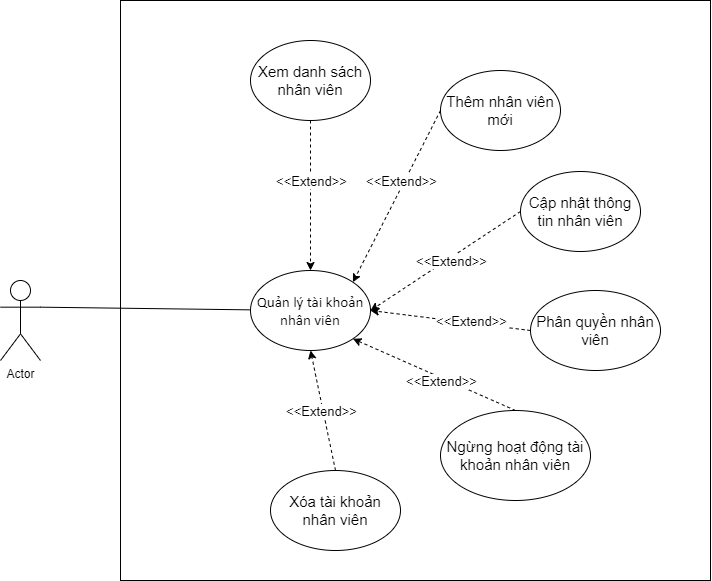
Above: Diagram/UseCase/QL.TTNhanVien.png in TccKaiCi/PTTK_CuaHangGiay (draw.io), before the change. Source tidied: cells renumbered, new cells last; positions are measured from the earlier drawing's top-left corner, leaving out a move shared by most shapes.
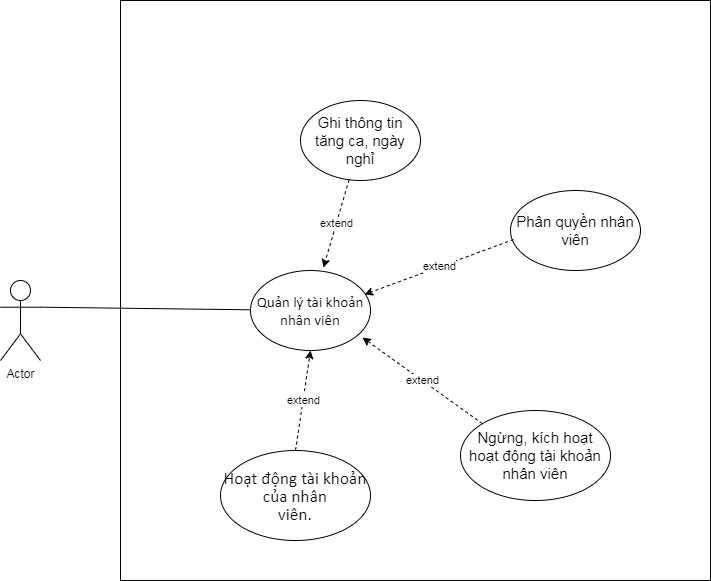
The same diagram one commit later.

The edit, as a diff of the source:
```diff
@@ -14,63 +14,29 @@
     <mxCell id="5" value="&lt;p class=&quot;MsoNormal&quot; style=&quot;font-size: 15px;&quot;&gt;&lt;span style=&quot;font-family: calibri; font-size: 15px;&quot;&gt;&lt;font style=&quot;font-size: 15px;&quot;&gt;Quản lý tài khoản nhân viên&lt;/font&gt;&lt;/span&gt;&lt;/p&gt;" style="ellipse;whiteSpace=wrap;html=1;fontSize=15;" parent="1" vertex="1">
       <mxGeometry x="250" y="270" width="120" height="80" as="geometry" />
     </mxCell>
-    <mxCell id="6" value="&lt;font style=&quot;font-size: 15px&quot;&gt;Xem danh sách nhân viên&lt;/font&gt;" style="ellipse;whiteSpace=wrap;html=1;" parent="1" vertex="1">
-      <mxGeometry x="250" y="40" width="120" height="80" as="geometry" />
-    </mxCell>
-    <mxCell id="7" value="&lt;span style=&quot;font-size: 15px&quot;&gt;Thêm nhân viên mới&lt;br&gt;&lt;/span&gt;" style="ellipse;whiteSpace=wrap;html=1;" parent="1" vertex="1">
-      <mxGeometry x="440" y="70" width="120" height="80" as="geometry" />
-    </mxCell>
-    <mxCell id="8" value="&lt;span style=&quot;font-size: 15px&quot;&gt;Cập nhật thông tin nhân viên&lt;/span&gt;" style="ellipse;whiteSpace=wrap;html=1;" parent="1" vertex="1">
-      <mxGeometry x="520" y="171" width="120" height="80" as="geometry" />
-    </mxCell>
-    <mxCell id="9" style="endArrow=classic;html=1;dashed=1;exitX=0.5;exitY=1;exitDx=0;exitDy=0;entryX=0.5;entryY=0;entryDx=0;entryDy=0;" parent="1" edge="1" source="6" target="5">
-      <mxGeometry relative="1" as="geometry" />
-    </mxCell>
-    <mxCell id="10" style="endArrow=classic;html=1;dashed=1;exitX=0;exitY=0.5;exitDx=0;exitDy=0;entryX=1;entryY=0;entryDx=0;entryDy=0;" parent="1" edge="1" source="7" target="5">
-      <mxGeometry relative="1" as="geometry" />
-    </mxCell>
-    <mxCell id="11" style="endArrow=classic;html=1;dashed=1;exitX=0;exitY=0.5;exitDx=0;exitDy=0;entryX=1;entryY=0.5;entryDx=0;entryDy=0;" parent="1" edge="1" source="8" target="5">
-      <mxGeometry relative="1" as="geometry" />
-    </mxCell>
-    <mxCell id="12" value="&lt;font style=&quot;font-size: 13px&quot;&gt;&amp;lt;&amp;lt;Extend&amp;gt;&amp;gt;&lt;/font&gt;" style="edgeLabel;html=1;align=center;verticalAlign=middle;" parent="11" vertex="1">
-      <mxGeometry x="-0.48" y="4" relative="1" as="geometry">
-        <mxPoint x="-33.1" y="19.8" as="offset" />
-      </mxGeometry>
-    </mxCell>
     <mxCell id="13" value="&lt;span style=&quot;font-size: 15px&quot;&gt;Phân quyền nhân viên&lt;/span&gt;" style="ellipse;whiteSpace=wrap;html=1;" parent="1" vertex="1">
-      <mxGeometry x="530" y="290" width="130" height="80" as="geometry" />
+      <mxGeometry x="510" y="190" width="130" height="80" as="geometry" />
     </mxCell>
-    <mxCell id="14" style="endArrow=classic;html=1;dashed=1;exitX=0;exitY=0.5;exitDx=0;exitDy=0;" parent="1" edge="1" source="13">
-      <mxGeometry relative="1" as="geometry">
-        <mxPoint x="370" y="310" as="targetPoint" />
-      </mxGeometry>
-    </mxCell>
+    <mxCell id="16" value="&lt;span style=&quot;font-size: 15px&quot;&gt;Ngừng, kích hoạt hoạt động tài khoản nhân viên&lt;/span&gt;" style="ellipse;whiteSpace=wrap;html=1;" parent="1" vertex="1">
+      <mxGeometry x="460" y="410" width="150" height="90" as="geometry" />
+    </mxCell>
+    <mxCell id="24" value="&lt;span style=&quot;font-size: 15px&quot;&gt;Ghi thông tin tăng ca, ngày nghỉ&lt;/span&gt;" style="ellipse;whiteSpace=wrap;html=1;" parent="1" vertex="1">
+      <mxGeometry x="300" y="100" width="120" height="80" as="geometry" />
+    </mxCell>
+    <mxCell id="25" value="&lt;span lang=&quot;EN-US&quot; style=&quot;font-size: 13pt ; line-height: 107% ; font-family: &amp;#34;calibri&amp;#34; , sans-serif&quot;&gt;Hoạt động tài khoản của nhân&lt;br/&gt;viên.&lt;/span&gt;" style="ellipse;whiteSpace=wrap;html=1;" parent="1" vertex="1">
+      <mxGeometry x="220" y="450" width="150" height="90" as="geometry" />
+    </mxCell>
-    <mxCell id="15" style="endArrow=classic;html=1;dashed=1;exitX=0.5;exitY=0;exitDx=0;exitDy=0;entryX=1;entryY=1;entryDx=0;entryDy=0;" parent="1" edge="1" source="16" target="5">
+    <mxCell id="15" value="extend" style="endArrow=classic;html=1;exitX=0;exitY=0;exitDx=0;exitDy=0;entryX=0.933;entryY=0.838;entryDx=0;entryDy=0;entryPerimeter=0;dashed=1;" parent="1" edge="1" source="16" target="5">
       <mxGeometry relative="1" as="geometry" />
     </mxCell>
-    <mxCell id="16" value="&lt;span style=&quot;font-size: 15px&quot;&gt;Ngừng hoạt động tài khoản nhân viên&lt;/span&gt;" style="ellipse;whiteSpace=wrap;html=1;" parent="1" vertex="1">
-      <mxGeometry x="440" y="410" width="150" height="90" as="geometry" />
-    </mxCell>
-    <mxCell id="17" style="endArrow=classic;html=1;entryX=0.5;entryY=1;entryDx=0;entryDy=0;dashed=1;exitX=0.5;exitY=0;exitDx=0;exitDy=0;" parent="1" edge="1" source="18" target="5">
-      <mxGeometry relative="1" as="geometry" />
-    </mxCell>
-    <mxCell id="18" value="&lt;span style=&quot;font-size: 15px&quot;&gt;Xóa tài khoản nhân viên&lt;/span&gt;" style="ellipse;whiteSpace=wrap;html=1;" parent="1" vertex="1">
-      <mxGeometry x="270" y="470" width="130" height="80" as="geometry" />
-    </mxCell>
-    <mxCell id="19" value="&lt;font style=&quot;font-size: 13px&quot;&gt;&amp;lt;&amp;lt;Extend&amp;gt;&amp;gt;&lt;/font&gt;" style="edgeLabel;html=1;align=center;verticalAlign=middle;" parent="1" vertex="1">
-      <mxGeometry x="400" y="180" as="geometry" />
-    </mxCell>
-    <mxCell id="20" value="&lt;font style=&quot;font-size: 13px&quot;&gt;&amp;lt;&amp;lt;Extend&amp;gt;&amp;gt;&lt;/font&gt;" style="edgeLabel;html=1;align=center;verticalAlign=middle;" parent="1" vertex="1">
-      <mxGeometry x="310" y="180" as="geometry" />
-    </mxCell>
-    <mxCell id="21" value="&lt;font style=&quot;font-size: 13px&quot;&gt;&amp;lt;&amp;lt;Extend&amp;gt;&amp;gt;&lt;/font&gt;" style="edgeLabel;html=1;align=center;verticalAlign=middle;" parent="1" vertex="1">
-      <mxGeometry x="470" y="320" as="geometry" />
-    </mxCell>
-    <mxCell id="22" value="&lt;font style=&quot;font-size: 13px&quot;&gt;&amp;lt;&amp;lt;Extend&amp;gt;&amp;gt;&lt;/font&gt;" style="edgeLabel;html=1;align=center;verticalAlign=middle;" parent="1" vertex="1">
-      <mxGeometry x="440" y="380" as="geometry" />
-    </mxCell>
-    <mxCell id="23" value="&lt;font style=&quot;font-size: 13px&quot;&gt;&amp;lt;&amp;lt;Extend&amp;gt;&amp;gt;&lt;/font&gt;" style="edgeLabel;html=1;align=center;verticalAlign=middle;" parent="1" vertex="1">
-      <mxGeometry x="320" y="410" as="geometry" />
-    </mxCell>
+    <mxCell id="26" value="extend" style="endArrow=classic;html=1;exitX=0.5;exitY=0;exitDx=0;exitDy=0;entryX=0.5;entryY=1;entryDx=0;entryDy=0;dashed=1;" parent="1" edge="1" source="25" target="5">
+      <mxGeometry relative="1" as="geometry" />
+    </mxCell>
+    <mxCell id="27" value="extend" style="endArrow=classic;html=1;exitX=0.023;exitY=0.613;exitDx=0;exitDy=0;entryX=0.95;entryY=0.3;entryDx=0;entryDy=0;entryPerimeter=0;dashed=1;exitPerimeter=0;" parent="1" edge="1" source="13" target="5">
+      <mxGeometry relative="1" as="geometry" />
+    </mxCell>
+    <mxCell id="28" value="extend" style="endArrow=classic;html=1;entryX=0.608;entryY=-0.037;entryDx=0;entryDy=0;entryPerimeter=0;dashed=1;" parent="1" edge="1" source="24" target="5">
+      <mxGeometry relative="1" as="geometry" />
+    </mxCell>
   </root>
 </mxGraphModel>
```
